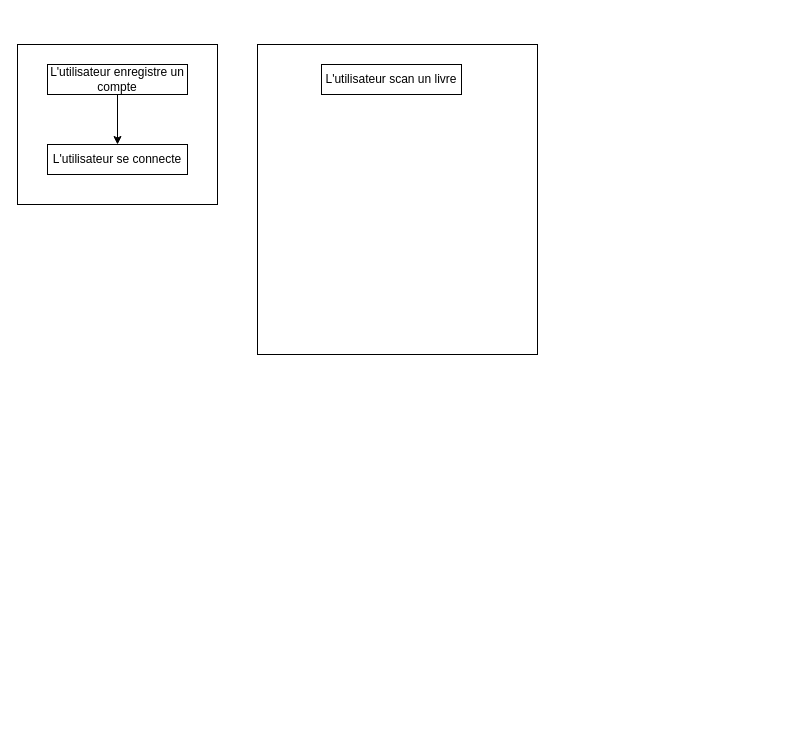
Before: user-story-alexandrie.drawio in Promethiyas/alexandrie_api, a draw.io diagram. Source tidied: cells renumbered, new cells numbered last; positions are measured from the earlier drawing's top-left corner, leaving out a move shared by most shapes. Both pictures are drawn from the tidied source at 100%, with x=0, y=0 at pixel (17, 44).
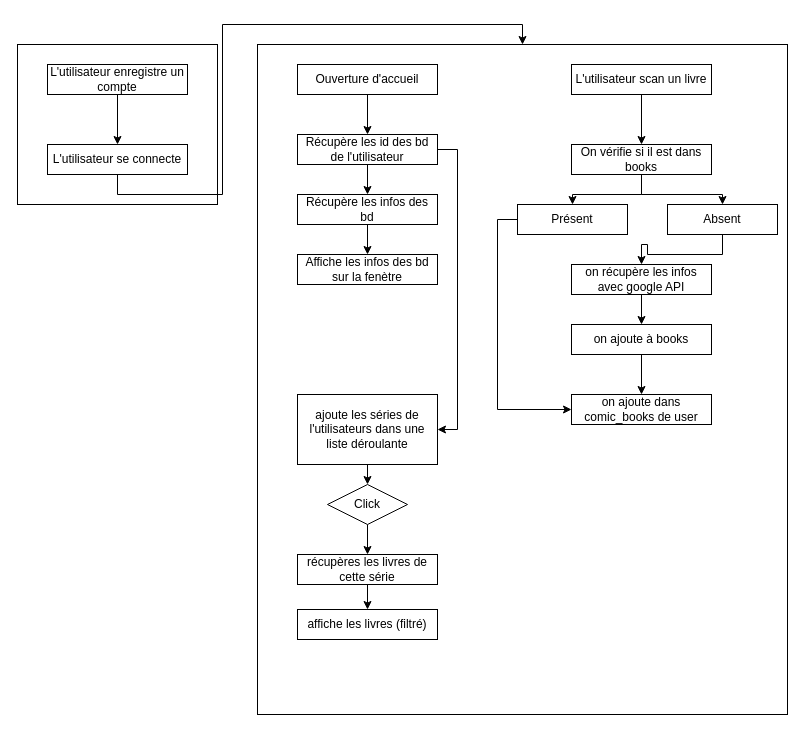
The same page after the edit.

The change refers to these unchanged cells:
```xml
<mxCell id="5" value="L'utilisateur se connecte" style="text;html=1;align=center;verticalAlign=middle;whiteSpace=wrap;rounded=0;fillColor=default;strokeColor=default;" parent="1" vertex="1">
  <mxGeometry x="30" y="100" width="140" height="30" as="geometry" />
</mxCell>
```

Change to the diagram source:
```diff
@@
+    <mxCell id="8" style="edgeStyle=orthogonalEdgeStyle;rounded=0;jettySize=auto;html=1;exitX=0.5;exitY=1;exitDx=0;exitDy=0;entryX=0.5;entryY=0;entryDx=0;entryDy=0;" parent="1" edge="1" source="5" target="6">
+      <mxGeometry relative="1" as="geometry" />
+    </mxCell>
@@
     <mxCell id="6" style="rounded=0;whiteSpace=wrap;html=1;" parent="1" vertex="1">
-      <mxGeometry x="240" width="280" height="310" as="geometry" />
+      <mxGeometry x="240" width="530" height="670" as="geometry" />
     </mxCell>
+    <mxCell id="9" style="edgeStyle=orthogonalEdgeStyle;rounded=0;jettySize=auto;html=1;exitX=0.5;exitY=1;exitDx=0;exitDy=0;entryX=0.5;entryY=0;entryDx=0;entryDy=0;" parent="1" edge="1" source="7" target="12">
+      <mxGeometry relative="1" as="geometry" />
+    </mxCell>
     <mxCell id="7" value="L'utilisateur scan un livre" style="text;html=1;align=center;verticalAlign=middle;whiteSpace=wrap;rounded=0;fillColor=default;strokeColor=default;" parent="1" vertex="1">
-      <mxGeometry x="304" y="20" width="140" height="30" as="geometry" />
+      <mxGeometry x="554" y="20" width="140" height="30" as="geometry" />
     </mxCell>
+    <mxCell id="10" style="edgeStyle=orthogonalEdgeStyle;rounded=0;jettySize=auto;html=1;exitX=0.5;exitY=1;exitDx=0;exitDy=0;entryX=0.5;entryY=0;entryDx=0;entryDy=0;" parent="1" edge="1" source="12" target="14">
+      <mxGeometry relative="1" as="geometry" />
+    </mxCell>
+    <mxCell id="11" style="edgeStyle=orthogonalEdgeStyle;rounded=0;jettySize=auto;html=1;exitX=0.5;exitY=1;exitDx=0;exitDy=0;" parent="1" edge="1" source="12" target="16">
+      <mxGeometry relative="1" as="geometry" />
+    </mxCell>
+    <mxCell id="12" value="On vérifie si il est dans books" style="text;html=1;align=center;verticalAlign=middle;whiteSpace=wrap;rounded=0;fillColor=default;strokeColor=default;" parent="1" vertex="1">
+      <mxGeometry x="554" y="100" width="140" height="30" as="geometry" />
+    </mxCell>
+    <mxCell id="13" style="edgeStyle=orthogonalEdgeStyle;rounded=0;jettySize=auto;html=1;exitX=0;exitY=0.5;exitDx=0;exitDy=0;entryX=0;entryY=0.5;entryDx=0;entryDy=0;" parent="1" edge="1" source="14" target="21">
+      <mxGeometry relative="1" as="geometry" />
+    </mxCell>
+    <mxCell id="14" value="Présent" style="text;html=1;align=center;verticalAlign=middle;whiteSpace=wrap;rounded=0;fillColor=default;strokeColor=default;" parent="1" vertex="1">
+      <mxGeometry x="500" y="160" width="110" height="30" as="geometry" />
+    </mxCell>
+    <mxCell id="15" style="edgeStyle=orthogonalEdgeStyle;rounded=0;jettySize=auto;html=1;exitX=0.5;exitY=1;exitDx=0;exitDy=0;entryX=0.5;entryY=0;entryDx=0;entryDy=0;" parent="1" edge="1" source="16" target="18">
+      <mxGeometry relative="1" as="geometry" />
+    </mxCell>
+    <mxCell id="16" value="Absent" style="text;html=1;align=center;verticalAlign=middle;whiteSpace=wrap;rounded=0;fillColor=default;strokeColor=default;" parent="1" vertex="1">
+      <mxGeometry x="650" y="160" width="110" height="30" as="geometry" />
+    </mxCell>
+    <mxCell id="17" style="edgeStyle=orthogonalEdgeStyle;rounded=0;jettySize=auto;html=1;exitX=0.5;exitY=1;exitDx=0;exitDy=0;entryX=0.5;entryY=0;entryDx=0;entryDy=0;" parent="1" edge="1" source="18" target="20">
+      <mxGeometry relative="1" as="geometry" />
+    </mxCell>
+    <mxCell id="18" value="on récupère les infos avec google API" style="text;html=1;align=center;verticalAlign=middle;whiteSpace=wrap;rounded=0;fillColor=default;strokeColor=default;" parent="1" vertex="1">
+      <mxGeometry x="554" y="220" width="140" height="30" as="geometry" />
+    </mxCell>
+    <mxCell id="19" style="edgeStyle=orthogonalEdgeStyle;rounded=0;jettySize=auto;html=1;exitX=0.5;exitY=1;exitDx=0;exitDy=0;entryX=0.5;entryY=0;entryDx=0;entryDy=0;" parent="1" edge="1" source="20" target="21">
+      <mxGeometry relative="1" as="geometry" />
+    </mxCell>
+    <mxCell id="20" value="on ajoute à books" style="text;html=1;align=center;verticalAlign=middle;whiteSpace=wrap;rounded=0;fillColor=default;strokeColor=default;" parent="1" vertex="1">
+      <mxGeometry x="554" y="280" width="140" height="30" as="geometry" />
+    </mxCell>
+    <mxCell id="21" value="on ajoute dans comic_books de user" style="text;html=1;align=center;verticalAlign=middle;whiteSpace=wrap;rounded=0;fillColor=default;strokeColor=default;" parent="1" vertex="1">
+      <mxGeometry x="554" y="350" width="140" height="30" as="geometry" />
+    </mxCell>
+    <mxCell id="22" style="edgeStyle=orthogonalEdgeStyle;rounded=0;jettySize=auto;html=1;exitX=0.5;exitY=1;exitDx=0;exitDy=0;entryX=0.5;entryY=0;entryDx=0;entryDy=0;" parent="1" edge="1" source="23" target="26">
+      <mxGeometry relative="1" as="geometry" />
+    </mxCell>
+    <mxCell id="23" value="Ouverture d'accueil" style="text;html=1;align=center;verticalAlign=middle;whiteSpace=wrap;rounded=0;fillColor=default;strokeColor=default;" parent="1" vertex="1">
+      <mxGeometry x="280" y="20" width="140" height="30" as="geometry" />
+    </mxCell>
+    <mxCell id="24" style="edgeStyle=orthogonalEdgeStyle;rounded=0;jettySize=auto;html=1;exitX=0.5;exitY=1;exitDx=0;exitDy=0;entryX=0.5;entryY=0;entryDx=0;entryDy=0;" parent="1" edge="1" source="26" target="28">
+      <mxGeometry relative="1" as="geometry" />
+    </mxCell>
+    <mxCell id="25" style="edgeStyle=orthogonalEdgeStyle;rounded=0;jettySize=auto;html=1;exitX=1;exitY=0.5;exitDx=0;exitDy=0;entryX=1;entryY=0.5;entryDx=0;entryDy=0;" parent="1" edge="1" source="26" target="31">
+      <mxGeometry relative="1" as="geometry" />
+    </mxCell>
+    <mxCell id="26" value="Récupère les id des bd de l'utilisateur" style="text;html=1;align=center;verticalAlign=middle;whiteSpace=wrap;rounded=0;fillColor=default;strokeColor=default;" parent="1" vertex="1">
+      <mxGeometry x="280" y="90" width="140" height="30" as="geometry" />
+    </mxCell>
+    <mxCell id="27" style="edgeStyle=orthogonalEdgeStyle;rounded=0;jettySize=auto;html=1;exitX=0.5;exitY=1;exitDx=0;exitDy=0;entryX=0.5;entryY=0;entryDx=0;entryDy=0;" parent="1" edge="1" source="28" target="29">
+      <mxGeometry relative="1" as="geometry" />
+    </mxCell>
+    <mxCell id="28" value="Récupère les infos des bd" style="text;html=1;align=center;verticalAlign=middle;whiteSpace=wrap;rounded=0;fillColor=default;strokeColor=default;" parent="1" vertex="1">
+      <mxGeometry x="280" y="150" width="140" height="30" as="geometry" />
+    </mxCell>
+    <mxCell id="29" value="Affiche les infos des bd sur la fenètre" style="text;html=1;align=center;verticalAlign=middle;whiteSpace=wrap;rounded=0;fillColor=default;strokeColor=default;" parent="1" vertex="1">
+      <mxGeometry x="280" y="210" width="140" height="30" as="geometry" />
+    </mxCell>
+    <mxCell id="30" style="edgeStyle=orthogonalEdgeStyle;rounded=0;jettySize=auto;html=1;exitX=0.5;exitY=1;exitDx=0;exitDy=0;entryX=0.5;entryY=0;entryDx=0;entryDy=0;" parent="1" edge="1" source="31" target="36">
+      <mxGeometry relative="1" as="geometry" />
+    </mxCell>
+    <mxCell id="31" value="ajoute les séries de l'utilisateurs dans une liste déroulante" style="text;html=1;align=center;verticalAlign=middle;whiteSpace=wrap;rounded=0;fillColor=default;strokeColor=default;" parent="1" vertex="1">
+      <mxGeometry x="280" y="350" width="140" height="70" as="geometry" />
+    </mxCell>
+    <mxCell id="32" style="edgeStyle=orthogonalEdgeStyle;rounded=0;jettySize=auto;html=1;exitX=0.5;exitY=1;exitDx=0;exitDy=0;entryX=0.5;entryY=0;entryDx=0;entryDy=0;" parent="1" edge="1" source="33" target="34">
+      <mxGeometry relative="1" as="geometry" />
+    </mxCell>
+    <mxCell id="33" value="récupères les livres de cette série" style="text;html=1;align=center;verticalAlign=middle;whiteSpace=wrap;rounded=0;fillColor=default;strokeColor=default;" parent="1" vertex="1">
+      <mxGeometry x="280" y="510" width="140" height="30" as="geometry" />
+    </mxCell>
+    <mxCell id="34" value="affiche les livres (filtré)" style="text;html=1;align=center;verticalAlign=middle;whiteSpace=wrap;rounded=0;fillColor=default;strokeColor=default;" parent="1" vertex="1">
+      <mxGeometry x="280" y="565" width="140" height="30" as="geometry" />
+    </mxCell>
+    <mxCell id="35" style="edgeStyle=orthogonalEdgeStyle;rounded=0;jettySize=auto;html=1;exitX=0.5;exitY=1;exitDx=0;exitDy=0;entryX=0.5;entryY=0;entryDx=0;entryDy=0;" parent="1" edge="1" source="36" target="33">
+      <mxGeometry relative="1" as="geometry" />
+    </mxCell>
+    <mxCell id="36" value="Click" style="rhombus;whiteSpace=wrap;html=1;" parent="1" vertex="1">
+      <mxGeometry x="310" y="440" width="80" height="40" as="geometry" />
+    </mxCell>
```
